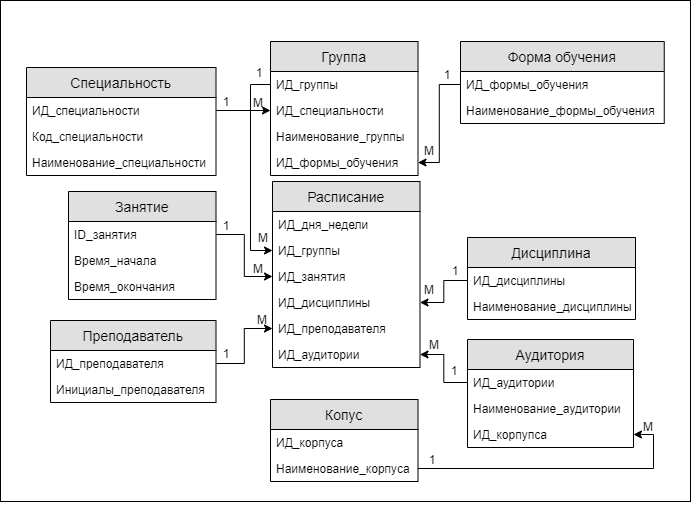
Sayikoro/DBFRead keeps this draw.io diagram as база_данных.png. Above is the earlier version. Source tidied: cells renumbered, new cells last; positions are measured from the earlier drawing's top-left corner, leaving out a move shared by most shapes.
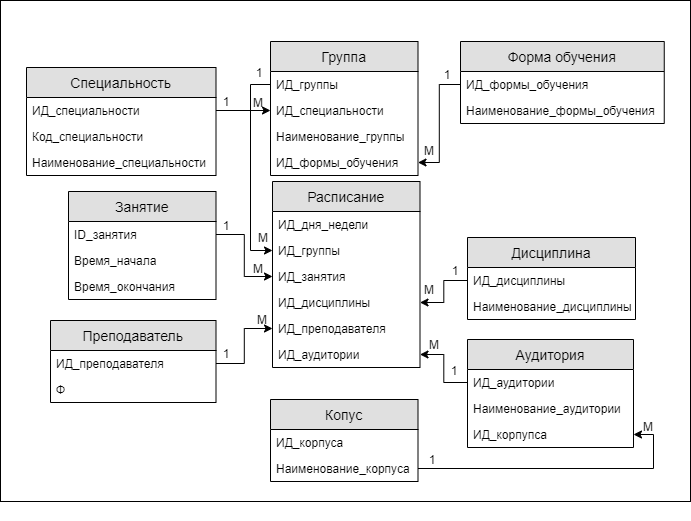
The same file after the commit.

What changed in the source:
```diff
@@ -59,7 +59,7 @@
     <mxCell id="19" value="ИД_преподавателя" style="text;strokeColor=none;fillColor=none;spacingLeft=4;spacingRight=4;overflow=hidden;points=[[0,0.5],[1,0.5]];portConstraint=eastwest;fontSize=12;" parent="18" vertex="1">
       <mxGeometry y="30" width="165.5" height="26" as="geometry" />
     </mxCell>
-    <mxCell id="20" value="Инициалы_преподавателя" style="text;strokeColor=none;fillColor=none;spacingLeft=4;spacingRight=4;overflow=hidden;fontSize=12;" parent="18" vertex="1">
+    <mxCell id="20" value="Ф" style="text;strokeColor=none;fillColor=none;spacingLeft=4;spacingRight=4;overflow=hidden;fontSize=12;" parent="18" vertex="1">
       <mxGeometry y="56" width="165.5" height="26" as="geometry" />
     </mxCell>
     <mxCell id="21" value="Дисциплина" style="swimlane;fontStyle=0;horizontal=1;startSize=30;fillColor=#e0e0e0;swimlaneFillColor=#ffffff;align=center;fontSize=14;direction=east;gradientColor=none;" parent="1" vertex="1">
```
